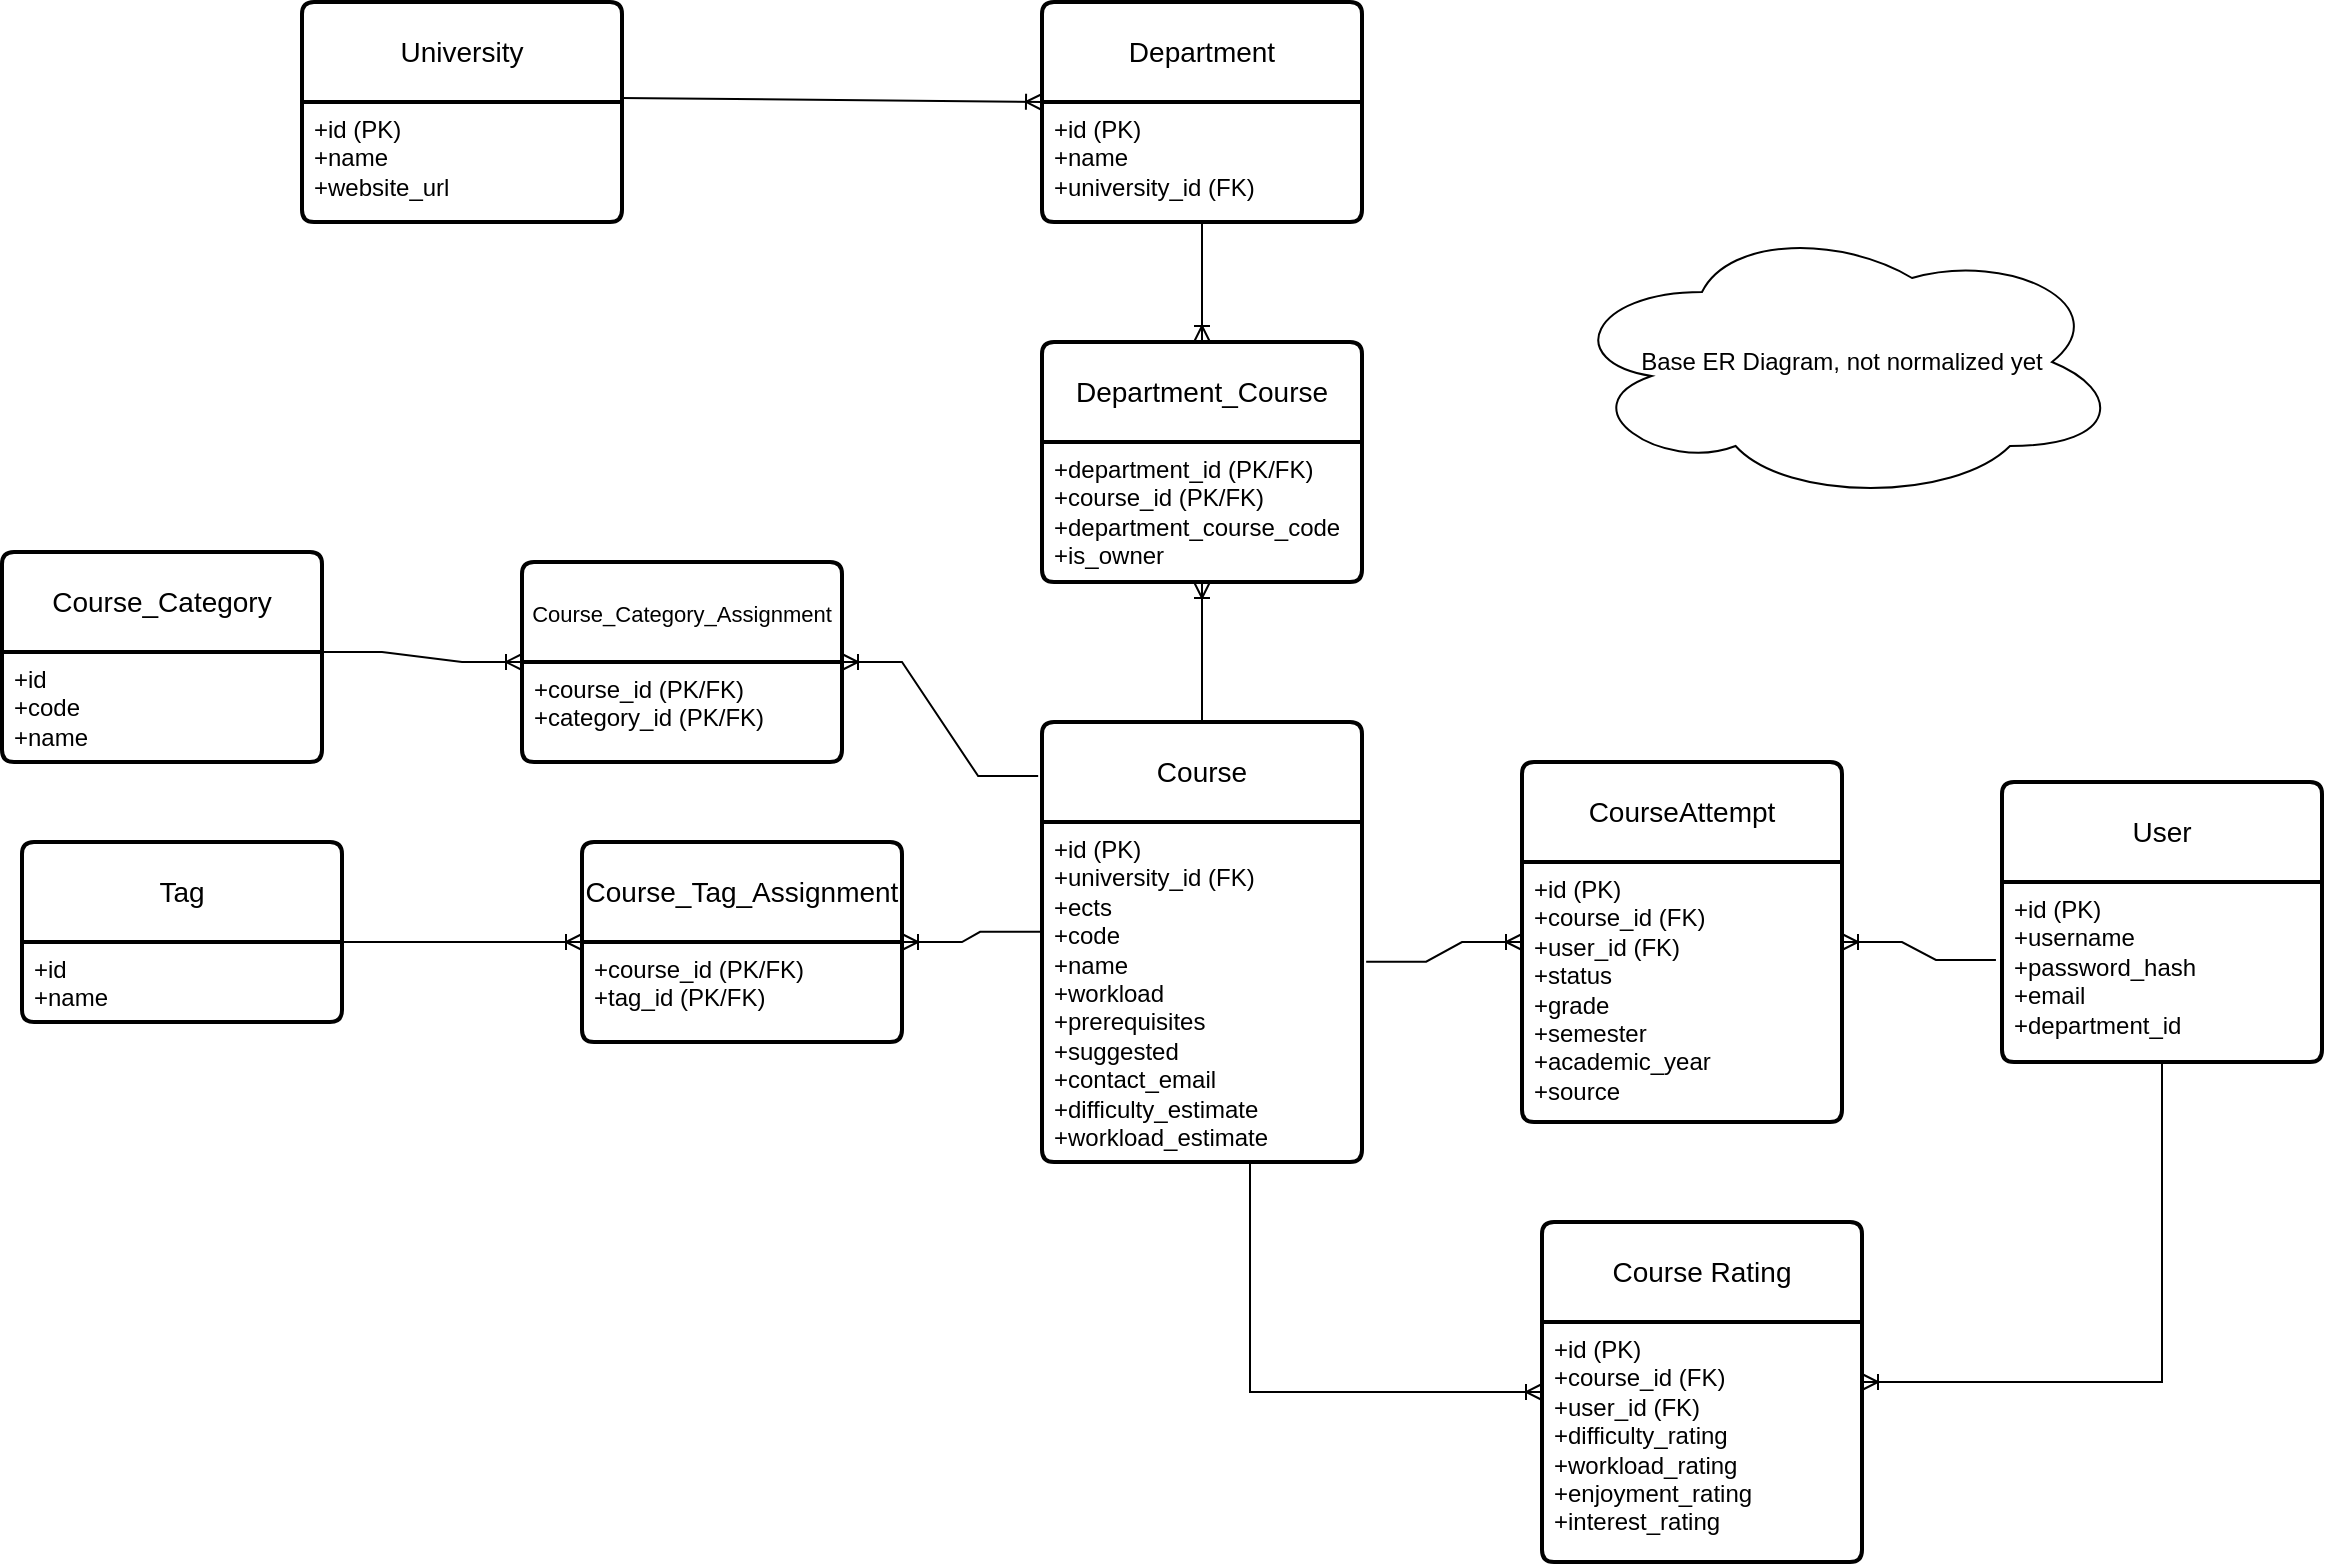
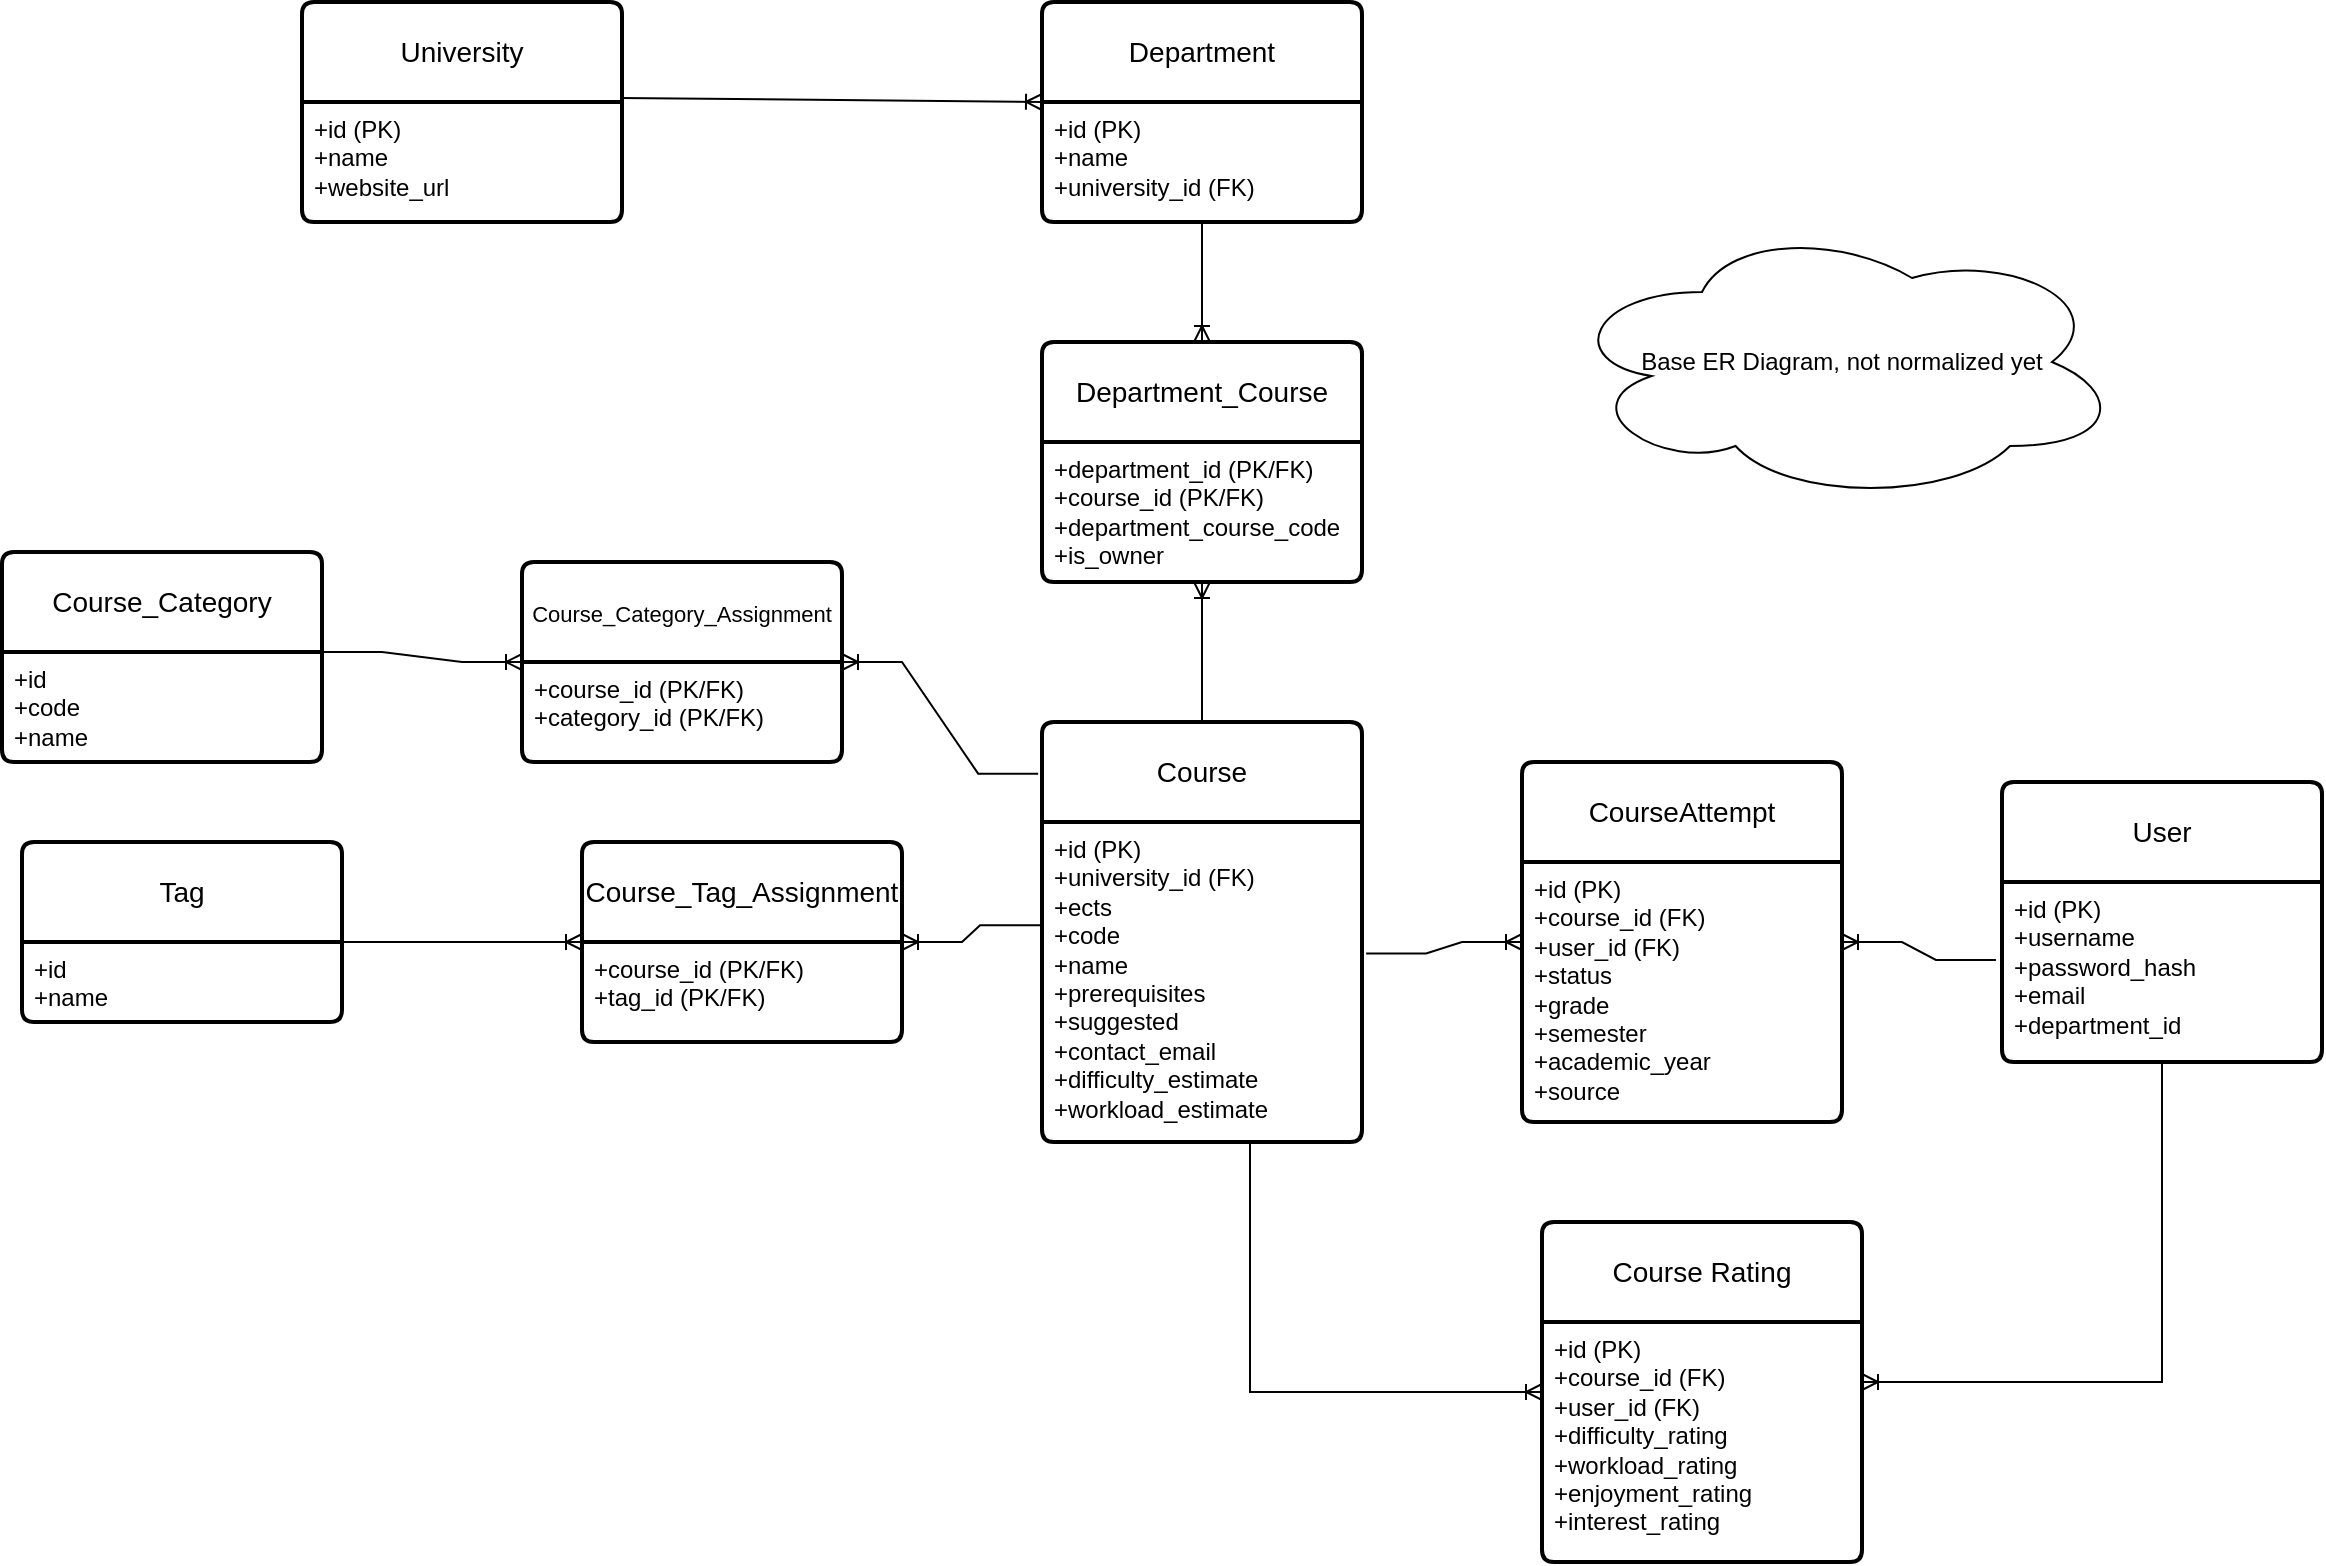
<mxfile host="Electron" agent="5.0 (Windows NT 10.0; Win64; x64) AppleWebKit/537.36 (KHTML, like Gecko) Chrome/90.0.4430.212 Safari/537.36">
  <diagram name="Page-1" id="9f46799a-70d6-7492-0946-bef42562c5a5">
-     <mxGraphModel dx="1276" dy="1786" grid="1" gridSize="10" guides="1" tooltips="1" connect="1" arrows="1" fold="1" page="1" pageScale="1" pageWidth="1100" pageHeight="850" background="none" math="0" shadow="0">
+     <mxGraphModel dx="729" dy="1385" grid="1" gridSize="10" guides="1" tooltips="1" connect="1" arrows="1" fold="1" page="1" pageScale="1" pageWidth="1100" pageHeight="850" background="none" math="0" shadow="0">
      <root>
        <mxCell id="0" />
        <mxCell id="1" parent="0" />
        <mxCell id="MfBtu3gmphk7rpzaGqzh-1" parent="1" style="swimlane;childLayout=stackLayout;horizontal=1;startSize=50;horizontalStack=0;rounded=1;fontSize=14;fontStyle=0;strokeWidth=2;resizeParent=0;resizeLast=1;shadow=0;dashed=0;align=center;arcSize=4;whiteSpace=wrap;html=1;" value="Course" vertex="1">
-           <mxGeometry height="220" width="160" x="550" y="100" as="geometry">
+           <mxGeometry height="210" width="160" x="550" y="100" as="geometry">
            <mxRectangle height="50" width="80" x="200" y="480" as="alternateBounds" />
          </mxGeometry>
        </mxCell>
-         <mxCell id="MfBtu3gmphk7rpzaGqzh-2" parent="MfBtu3gmphk7rpzaGqzh-1" style="align=left;strokeColor=none;fillColor=none;spacingLeft=4;spacingRight=4;fontSize=12;verticalAlign=top;resizable=0;rotatable=0;part=1;html=1;whiteSpace=wrap;" value="+id (PK)&lt;div&gt;+university_id (FK)&lt;br&gt;&lt;div&gt;&lt;div&gt;+ects&lt;/div&gt;&lt;div&gt;+code&lt;/div&gt;&lt;div&gt;+name&lt;/div&gt;&lt;div&gt;+workload&lt;/div&gt;&lt;div&gt;+prerequisites&lt;br&gt;+suggested&lt;/div&gt;&lt;div&gt;&lt;span style=&quot;background-color: transparent; color: light-dark(rgb(0, 0, 0), rgb(255, 255, 255));&quot;&gt;+contact_email&lt;/span&gt;&lt;/div&gt;&lt;/div&gt;&lt;div&gt;+difficulty_estimate&lt;/div&gt;&lt;div&gt;+workload_estimate&lt;/div&gt;&lt;/div&gt;" vertex="1">
-           <mxGeometry height="170" width="160" y="50" as="geometry" />
+         <mxCell id="MfBtu3gmphk7rpzaGqzh-2" parent="MfBtu3gmphk7rpzaGqzh-1" style="align=left;strokeColor=none;fillColor=none;spacingLeft=4;spacingRight=4;fontSize=12;verticalAlign=top;resizable=0;rotatable=0;part=1;html=1;whiteSpace=wrap;" value="+id (PK)&lt;div&gt;+university_id (FK)&lt;br&gt;&lt;div&gt;&lt;div&gt;+ects&lt;/div&gt;&lt;div&gt;+code&lt;/div&gt;&lt;div&gt;+name&lt;/div&gt;&lt;div&gt;+prerequisites&lt;br&gt;+suggested&lt;/div&gt;&lt;div&gt;&lt;span style=&quot;background-color: transparent; color: light-dark(rgb(0, 0, 0), rgb(255, 255, 255));&quot;&gt;+contact_email&lt;/span&gt;&lt;/div&gt;&lt;/div&gt;&lt;div&gt;+difficulty_estimate&lt;/div&gt;&lt;div&gt;+workload_estimate&lt;/div&gt;&lt;/div&gt;" vertex="1">
+           <mxGeometry height="160" width="160" y="50" as="geometry" />
        </mxCell>
        <mxCell id="MfBtu3gmphk7rpzaGqzh-3" parent="1" style="swimlane;childLayout=stackLayout;horizontal=1;startSize=50;horizontalStack=0;rounded=1;fontSize=14;fontStyle=0;strokeWidth=2;resizeParent=0;resizeLast=1;shadow=0;dashed=0;align=center;arcSize=4;whiteSpace=wrap;html=1;" value="User" vertex="1">
          <mxGeometry height="140" width="160" x="1030" y="130" as="geometry">
            <mxRectangle height="50" width="80" x="200" y="480" as="alternateBounds" />
          </mxGeometry>
        </mxCell>
        <mxCell id="MfBtu3gmphk7rpzaGqzh-4" parent="MfBtu3gmphk7rpzaGqzh-3" style="align=left;strokeColor=none;fillColor=none;spacingLeft=4;spacingRight=4;fontSize=12;verticalAlign=top;resizable=0;rotatable=0;part=1;html=1;whiteSpace=wrap;" value="+id (PK)&lt;div&gt;+username&lt;/div&gt;&lt;div&gt;+password_hash&lt;/div&gt;&lt;div&gt;+email&lt;/div&gt;&lt;div&gt;+department_id&lt;/div&gt;" vertex="1">
          <mxGeometry height="90" width="160" y="50" as="geometry" />
        </mxCell>
        <mxCell id="MfBtu3gmphk7rpzaGqzh-9" parent="1" style="swimlane;childLayout=stackLayout;horizontal=1;startSize=50;horizontalStack=0;rounded=1;fontSize=14;fontStyle=0;strokeWidth=2;resizeParent=0;resizeLast=1;shadow=0;dashed=0;align=center;arcSize=4;whiteSpace=wrap;html=1;" value="Tag" vertex="1">
          <mxGeometry height="90" width="160" x="40" y="160" as="geometry">
            <mxRectangle height="50" width="80" x="200" y="480" as="alternateBounds" />
          </mxGeometry>
        </mxCell>
        <mxCell id="MfBtu3gmphk7rpzaGqzh-10" parent="MfBtu3gmphk7rpzaGqzh-9" style="align=left;strokeColor=none;fillColor=none;spacingLeft=4;spacingRight=4;fontSize=12;verticalAlign=top;resizable=0;rotatable=0;part=1;html=1;whiteSpace=wrap;" value="+id&lt;div&gt;+name&lt;/div&gt;" vertex="1">
          <mxGeometry height="40" width="160" y="50" as="geometry" />
        </mxCell>
        <mxCell id="MfBtu3gmphk7rpzaGqzh-13" parent="1" style="swimlane;childLayout=stackLayout;horizontal=1;startSize=50;horizontalStack=0;rounded=1;fontSize=14;fontStyle=0;strokeWidth=2;resizeParent=0;resizeLast=1;shadow=0;dashed=0;align=center;arcSize=4;whiteSpace=wrap;html=1;" value="Course_Tag_Assignment" vertex="1">
          <mxGeometry height="100" width="160" x="320" y="160" as="geometry">
            <mxRectangle height="50" width="80" x="200" y="480" as="alternateBounds" />
          </mxGeometry>
        </mxCell>
        <mxCell id="MfBtu3gmphk7rpzaGqzh-14" parent="MfBtu3gmphk7rpzaGqzh-13" style="align=left;strokeColor=none;fillColor=none;spacingLeft=4;spacingRight=4;fontSize=12;verticalAlign=top;resizable=0;rotatable=0;part=1;html=1;whiteSpace=wrap;" value="+course_id (PK/FK)&lt;div&gt;+tag_id (PK/FK)&lt;/div&gt;" vertex="1">
          <mxGeometry height="50" width="160" y="50" as="geometry" />
        </mxCell>
        <mxCell id="MfBtu3gmphk7rpzaGqzh-17" edge="1" parent="1" source="MfBtu3gmphk7rpzaGqzh-10" style="edgeStyle=entityRelationEdgeStyle;fontSize=12;html=1;endArrow=ERoneToMany;rounded=0;exitX=1;exitY=0;exitDx=0;exitDy=0;entryX=0;entryY=0.5;entryDx=0;entryDy=0;" target="MfBtu3gmphk7rpzaGqzh-13" value="">
          <mxGeometry height="100" relative="1" width="100" as="geometry">
            <mxPoint x="330" y="270" as="sourcePoint" />
            <mxPoint x="430" y="170" as="targetPoint" />
          </mxGeometry>
        </mxCell>
        <mxCell id="MfBtu3gmphk7rpzaGqzh-19" edge="1" parent="1" source="MfBtu3gmphk7rpzaGqzh-2" style="edgeStyle=entityRelationEdgeStyle;fontSize=12;html=1;endArrow=ERoneToMany;rounded=0;entryX=1;entryY=0;entryDx=0;entryDy=0;exitX=-0.006;exitY=0.323;exitDx=0;exitDy=0;exitPerimeter=0;" target="MfBtu3gmphk7rpzaGqzh-14" value="">
          <mxGeometry height="100" relative="1" width="100" as="geometry">
            <mxPoint x="330" y="270" as="sourcePoint" />
            <mxPoint x="430" y="170" as="targetPoint" />
          </mxGeometry>
        </mxCell>
        <mxCell id="MfBtu3gmphk7rpzaGqzh-21" parent="1" style="ellipse;shape=cloud;whiteSpace=wrap;html=1;" value="Base ER Diagram, not normalized yet" vertex="1">
          <mxGeometry height="140" width="280" x="810" y="-150" as="geometry" />
        </mxCell>
        <mxCell id="MfBtu3gmphk7rpzaGqzh-24" parent="1" style="swimlane;childLayout=stackLayout;horizontal=1;startSize=50;horizontalStack=0;rounded=1;fontSize=14;fontStyle=0;strokeWidth=2;resizeParent=0;resizeLast=1;shadow=0;dashed=0;align=center;arcSize=4;whiteSpace=wrap;html=1;" value="&lt;p class=&quot;p1&quot;&gt;CourseAttempt&lt;/p&gt;" vertex="1">
          <mxGeometry height="180" width="160" x="790" y="120" as="geometry">
            <mxRectangle height="50" width="80" x="200" y="480" as="alternateBounds" />
          </mxGeometry>
        </mxCell>
        <mxCell id="MfBtu3gmphk7rpzaGqzh-25" parent="MfBtu3gmphk7rpzaGqzh-24" style="align=left;strokeColor=none;fillColor=none;spacingLeft=4;spacingRight=4;fontSize=12;verticalAlign=top;resizable=0;rotatable=0;part=1;html=1;whiteSpace=wrap;" value="&lt;div&gt;+id (PK)&lt;/div&gt;+course_id (FK)&lt;div&gt;+user_id (FK)&lt;/div&gt;&lt;div&gt;+status&lt;/div&gt;&lt;div&gt;+grade&lt;/div&gt;&lt;div&gt;+semester&lt;/div&gt;&lt;div&gt;+academic_year&lt;/div&gt;&lt;div&gt;+source&lt;/div&gt;" vertex="1">
          <mxGeometry height="130" width="160" y="50" as="geometry" />
        </mxCell>
        <mxCell id="MfBtu3gmphk7rpzaGqzh-26" edge="1" parent="1" source="MfBtu3gmphk7rpzaGqzh-4" style="edgeStyle=entityRelationEdgeStyle;fontSize=12;html=1;endArrow=ERoneToMany;rounded=0;exitX=-0.019;exitY=0.433;exitDx=0;exitDy=0;entryX=1;entryY=0.5;entryDx=0;entryDy=0;exitPerimeter=0;" target="MfBtu3gmphk7rpzaGqzh-24" value="">
          <mxGeometry height="100" relative="1" width="100" as="geometry">
            <mxPoint x="920" y="310" as="sourcePoint" />
            <mxPoint x="1040" y="310" as="targetPoint" />
          </mxGeometry>
        </mxCell>
        <mxCell id="MfBtu3gmphk7rpzaGqzh-27" edge="1" parent="1" source="MfBtu3gmphk7rpzaGqzh-2" style="edgeStyle=entityRelationEdgeStyle;fontSize=12;html=1;endArrow=ERoneToMany;rounded=0;exitX=1.013;exitY=0.411;exitDx=0;exitDy=0;exitPerimeter=0;entryX=0;entryY=0.5;entryDx=0;entryDy=0;" target="MfBtu3gmphk7rpzaGqzh-24" value="">
          <mxGeometry height="100" relative="1" width="100" as="geometry">
            <mxPoint x="887" y="330" as="sourcePoint" />
            <mxPoint x="780" y="271" as="targetPoint" />
          </mxGeometry>
        </mxCell>
        <mxCell id="MfBtu3gmphk7rpzaGqzh-28" parent="1" style="swimlane;childLayout=stackLayout;horizontal=1;startSize=50;horizontalStack=0;rounded=1;fontSize=14;fontStyle=0;strokeWidth=2;resizeParent=0;resizeLast=1;shadow=0;dashed=0;align=center;arcSize=4;whiteSpace=wrap;html=1;" value="&lt;p class=&quot;p1&quot;&gt;Course Rating&lt;/p&gt;" vertex="1">
          <mxGeometry height="170" width="160" x="800" y="350" as="geometry">
            <mxRectangle height="50" width="80" x="200" y="480" as="alternateBounds" />
          </mxGeometry>
        </mxCell>
        <mxCell id="MfBtu3gmphk7rpzaGqzh-29" parent="MfBtu3gmphk7rpzaGqzh-28" style="align=left;strokeColor=none;fillColor=none;spacingLeft=4;spacingRight=4;fontSize=12;verticalAlign=top;resizable=0;rotatable=0;part=1;html=1;whiteSpace=wrap;" value="&lt;div&gt;+id (PK)&lt;/div&gt;+course_id (FK)&lt;div&gt;+user_id (FK)&lt;/div&gt;&lt;div&gt;+difficulty_rating&lt;/div&gt;&lt;div&gt;+workload_rating&lt;/div&gt;&lt;div&gt;+enjoyment_rating&lt;/div&gt;&lt;div&gt;+interest_rating&lt;/div&gt;" vertex="1">
          <mxGeometry height="120" width="160" y="50" as="geometry" />
        </mxCell>
        <mxCell id="MfBtu3gmphk7rpzaGqzh-30" edge="1" parent="1" source="MfBtu3gmphk7rpzaGqzh-2" style="fontSize=12;html=1;endArrow=ERoneToMany;rounded=0;exitX=0.65;exitY=1.005;exitDx=0;exitDy=0;exitPerimeter=0;entryX=0;entryY=0.5;entryDx=0;entryDy=0;edgeStyle=orthogonalEdgeStyle;" target="MfBtu3gmphk7rpzaGqzh-28" value="">
          <mxGeometry height="100" relative="1" width="100" as="geometry">
            <mxPoint x="610" y="400" as="sourcePoint" />
            <mxPoint x="678" y="402" as="targetPoint" />
          </mxGeometry>
        </mxCell>
        <mxCell id="MfBtu3gmphk7rpzaGqzh-31" edge="1" parent="1" source="MfBtu3gmphk7rpzaGqzh-4" style="edgeStyle=orthogonalEdgeStyle;fontSize=12;html=1;endArrow=ERoneToMany;rounded=0;exitX=0.5;exitY=1;exitDx=0;exitDy=0;entryX=1;entryY=0.25;entryDx=0;entryDy=0;" target="MfBtu3gmphk7rpzaGqzh-29" value="">
          <mxGeometry height="100" relative="1" width="100" as="geometry">
            <mxPoint x="1117" y="390" as="sourcePoint" />
            <mxPoint x="1010" y="391" as="targetPoint" />
          </mxGeometry>
        </mxCell>
        <mxCell id="MfBtu3gmphk7rpzaGqzh-32" parent="1" style="swimlane;childLayout=stackLayout;horizontal=1;startSize=50;horizontalStack=0;rounded=1;fontSize=14;fontStyle=0;strokeWidth=2;resizeParent=0;resizeLast=1;shadow=0;dashed=0;align=center;arcSize=4;whiteSpace=wrap;html=1;" value="Department" vertex="1">
          <mxGeometry height="110" width="160" x="550" y="-260" as="geometry">
            <mxRectangle height="50" width="80" x="200" y="480" as="alternateBounds" />
          </mxGeometry>
        </mxCell>
        <mxCell id="MfBtu3gmphk7rpzaGqzh-33" parent="MfBtu3gmphk7rpzaGqzh-32" style="align=left;strokeColor=none;fillColor=none;spacingLeft=4;spacingRight=4;fontSize=12;verticalAlign=top;resizable=0;rotatable=0;part=1;html=1;whiteSpace=wrap;" value="+id (PK)&lt;div&gt;+name&lt;/div&gt;&lt;div&gt;+university_id (FK)&lt;/div&gt;" vertex="1">
          <mxGeometry height="60" width="160" y="50" as="geometry" />
        </mxCell>
        <mxCell id="MfBtu3gmphk7rpzaGqzh-34" parent="1" style="swimlane;childLayout=stackLayout;horizontal=1;startSize=50;horizontalStack=0;rounded=1;fontSize=14;fontStyle=0;strokeWidth=2;resizeParent=0;resizeLast=1;shadow=0;dashed=0;align=center;arcSize=4;whiteSpace=wrap;html=1;" value="Department_Course" vertex="1">
          <mxGeometry height="120" width="160" x="550" y="-90" as="geometry">
            <mxRectangle height="50" width="80" x="200" y="480" as="alternateBounds" />
          </mxGeometry>
        </mxCell>
        <mxCell id="MfBtu3gmphk7rpzaGqzh-35" parent="MfBtu3gmphk7rpzaGqzh-34" style="align=left;strokeColor=none;fillColor=none;spacingLeft=4;spacingRight=4;fontSize=12;verticalAlign=top;resizable=0;rotatable=0;part=1;html=1;whiteSpace=wrap;" value="&lt;div&gt;+department_id (PK/FK)&lt;/div&gt;&lt;div&gt;+course_id (PK/FK)&lt;/div&gt;&lt;div&gt;+department_course_code&lt;/div&gt;&lt;div&gt;+is_owner&lt;/div&gt;" vertex="1">
          <mxGeometry height="70" width="160" y="50" as="geometry" />
        </mxCell>
        <mxCell id="MfBtu3gmphk7rpzaGqzh-36" edge="1" parent="1" source="MfBtu3gmphk7rpzaGqzh-33" style="fontSize=12;html=1;endArrow=ERoneToMany;rounded=0;entryX=0.5;entryY=0;entryDx=0;entryDy=0;exitX=0.5;exitY=1;exitDx=0;exitDy=0;" target="MfBtu3gmphk7rpzaGqzh-34" value="">
          <mxGeometry height="100" relative="1" width="100" as="geometry">
            <mxPoint x="509" y="-79" as="sourcePoint" />
            <mxPoint x="440" y="-80" as="targetPoint" />
          </mxGeometry>
        </mxCell>
        <mxCell id="MfBtu3gmphk7rpzaGqzh-37" edge="1" parent="1" source="MfBtu3gmphk7rpzaGqzh-1" style="fontSize=12;html=1;endArrow=ERoneToMany;rounded=0;entryX=0.5;entryY=1;entryDx=0;entryDy=0;exitX=0.5;exitY=0;exitDx=0;exitDy=0;" target="MfBtu3gmphk7rpzaGqzh-35" value="">
          <mxGeometry height="100" relative="1" width="100" as="geometry">
            <mxPoint x="470" y="20" as="sourcePoint" />
            <mxPoint x="470" y="80" as="targetPoint" />
          </mxGeometry>
        </mxCell>
        <mxCell id="MfBtu3gmphk7rpzaGqzh-38" parent="1" style="swimlane;childLayout=stackLayout;horizontal=1;startSize=50;horizontalStack=0;rounded=1;fontSize=14;fontStyle=0;strokeWidth=2;resizeParent=0;resizeLast=1;shadow=0;dashed=0;align=center;arcSize=4;whiteSpace=wrap;html=1;" value="University" vertex="1">
          <mxGeometry height="110" width="160" x="180" y="-260" as="geometry">
            <mxRectangle height="50" width="80" x="200" y="480" as="alternateBounds" />
          </mxGeometry>
        </mxCell>
        <mxCell id="MfBtu3gmphk7rpzaGqzh-39" parent="MfBtu3gmphk7rpzaGqzh-38" style="align=left;strokeColor=none;fillColor=none;spacingLeft=4;spacingRight=4;fontSize=12;verticalAlign=top;resizable=0;rotatable=0;part=1;html=1;whiteSpace=wrap;" value="+id (PK)&lt;div&gt;+name&lt;/div&gt;&lt;div&gt;+website_url&lt;/div&gt;" vertex="1">
          <mxGeometry height="60" width="160" y="50" as="geometry" />
        </mxCell>
        <mxCell id="MfBtu3gmphk7rpzaGqzh-41" edge="1" parent="1" source="MfBtu3gmphk7rpzaGqzh-38" style="fontSize=12;html=1;endArrow=ERoneToMany;rounded=0;entryX=0;entryY=0;entryDx=0;entryDy=0;exitX=0.994;exitY=0.436;exitDx=0;exitDy=0;exitPerimeter=0;" target="MfBtu3gmphk7rpzaGqzh-33" value="">
          <mxGeometry height="100" relative="1" width="100" as="geometry">
            <mxPoint x="420" y="-300" as="sourcePoint" />
            <mxPoint x="420" y="-240" as="targetPoint" />
          </mxGeometry>
        </mxCell>
        <mxCell id="MfBtu3gmphk7rpzaGqzh-43" parent="1" style="swimlane;childLayout=stackLayout;horizontal=1;startSize=50;horizontalStack=0;rounded=1;fontSize=14;fontStyle=0;strokeWidth=2;resizeParent=0;resizeLast=1;shadow=0;dashed=0;align=center;arcSize=4;whiteSpace=wrap;html=1;" value="Course_Category" vertex="1">
          <mxGeometry height="105" width="160" x="30" y="15" as="geometry">
            <mxRectangle height="50" width="80" x="200" y="480" as="alternateBounds" />
          </mxGeometry>
        </mxCell>
        <mxCell id="MfBtu3gmphk7rpzaGqzh-44" parent="MfBtu3gmphk7rpzaGqzh-43" style="align=left;strokeColor=none;fillColor=none;spacingLeft=4;spacingRight=4;fontSize=12;verticalAlign=top;resizable=0;rotatable=0;part=1;html=1;whiteSpace=wrap;" value="+id&lt;div&gt;&lt;div&gt;+code&lt;/div&gt;&lt;div&gt;+name&lt;/div&gt;&lt;div&gt;&lt;br&gt;&lt;/div&gt;&lt;/div&gt;" vertex="1">
          <mxGeometry height="55" width="160" y="50" as="geometry" />
        </mxCell>
        <mxCell id="MfBtu3gmphk7rpzaGqzh-49" parent="1" style="swimlane;childLayout=stackLayout;horizontal=1;startSize=50;horizontalStack=0;rounded=1;fontSize=14;fontStyle=0;strokeWidth=2;resizeParent=0;resizeLast=1;shadow=0;dashed=0;align=center;arcSize=4;whiteSpace=wrap;html=1;" value="&lt;font style=&quot;font-size: 11px;&quot;&gt;Course_Category_Assignment&lt;/font&gt;" vertex="1">
          <mxGeometry height="100" width="160" x="290" y="20" as="geometry">
            <mxRectangle height="50" width="80" x="200" y="480" as="alternateBounds" />
          </mxGeometry>
        </mxCell>
        <mxCell id="MfBtu3gmphk7rpzaGqzh-50" parent="MfBtu3gmphk7rpzaGqzh-49" style="align=left;strokeColor=none;fillColor=none;spacingLeft=4;spacingRight=4;fontSize=12;verticalAlign=top;resizable=0;rotatable=0;part=1;html=1;whiteSpace=wrap;" value="+course_id (PK/FK)&lt;div&gt;+category_id (PK/FK)&lt;/div&gt;" vertex="1">
          <mxGeometry height="50" width="160" y="50" as="geometry" />
        </mxCell>
        <mxCell id="MfBtu3gmphk7rpzaGqzh-52" edge="1" parent="1" source="MfBtu3gmphk7rpzaGqzh-44" style="edgeStyle=entityRelationEdgeStyle;fontSize=12;html=1;endArrow=ERoneToMany;rounded=0;exitX=1;exitY=0;exitDx=0;exitDy=0;entryX=0;entryY=0.5;entryDx=0;entryDy=0;" target="MfBtu3gmphk7rpzaGqzh-49" value="">
          <mxGeometry height="100" relative="1" width="100" as="geometry">
            <mxPoint x="200" y="69.5" as="sourcePoint" />
            <mxPoint x="320" y="69.5" as="targetPoint" />
          </mxGeometry>
        </mxCell>
        <mxCell id="MfBtu3gmphk7rpzaGqzh-53" edge="1" parent="1" source="MfBtu3gmphk7rpzaGqzh-1" style="edgeStyle=entityRelationEdgeStyle;fontSize=12;html=1;endArrow=ERoneToMany;rounded=0;exitX=-0.012;exitY=0.123;exitDx=0;exitDy=0;entryX=1;entryY=0;entryDx=0;entryDy=0;exitPerimeter=0;" target="MfBtu3gmphk7rpzaGqzh-50" value="">
          <mxGeometry height="100" relative="1" width="100" as="geometry">
            <mxPoint x="500" y="50" as="sourcePoint" />
            <mxPoint x="600" y="55" as="targetPoint" />
          </mxGeometry>
        </mxCell>
      </root>
    </mxGraphModel>
  </diagram>
</mxfile>
